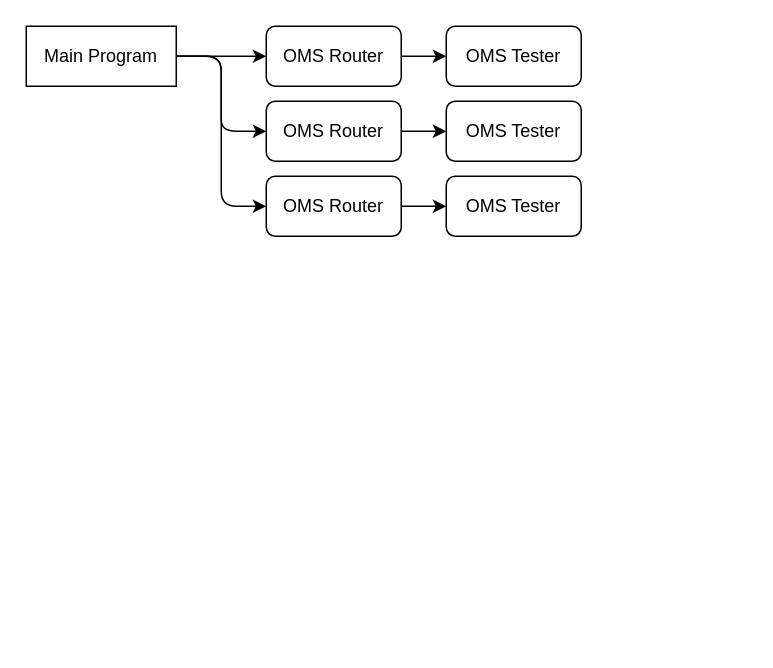
LowellObservatory/OMS-MAXNET keeps this draw.io diagram as OMS-LDT/oms-control.drawio. Above is the earlier version. Source tidied: cells renumbered, new cells numbered last; positions are measured from the earlier drawing's top-left corner, leaving out a move shared by most shapes. Both pictures are drawn from the tidied source at 150%, with x=0, y=0 at pixel (26, 26).
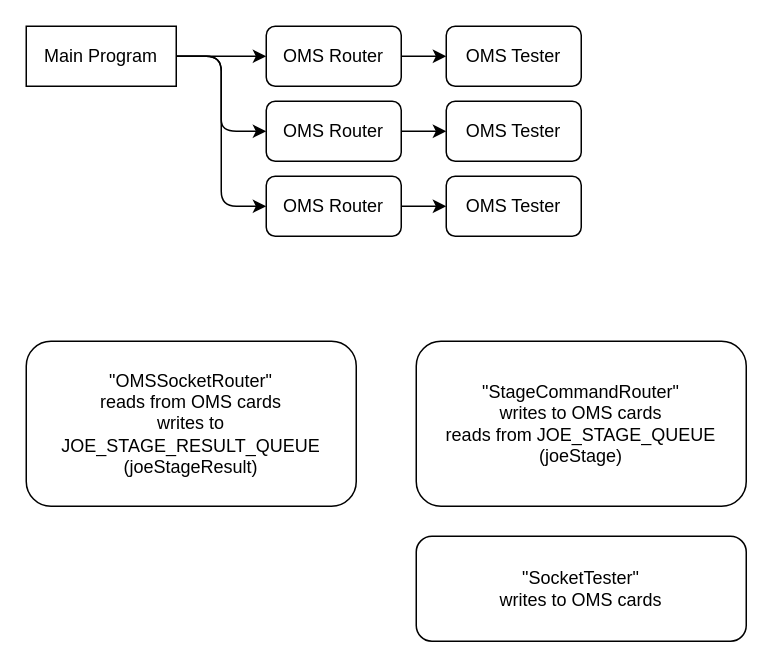
Above is the later version.

Diff of the diagram source:
```diff
@@
 <mxGraphModel>
   <root>
     <mxCell id="0" />
     <mxCell id="1" parent="0" />
     <mxCell id="2" style="edgeStyle=none;html=1;entryX=0;entryY=0.5;entryDx=0;entryDy=0;" parent="1" edge="1" source="5" target="7">
       <mxGeometry relative="1" as="geometry" />
     </mxCell>
     <mxCell id="3" style="edgeStyle=entityRelationEdgeStyle;html=1;entryX=0;entryY=0.5;entryDx=0;entryDy=0;" parent="1" edge="1" source="5" target="9">
       <mxGeometry relative="1" as="geometry" />
     </mxCell>
     <mxCell id="4" style="edgeStyle=entityRelationEdgeStyle;html=1;entryX=0;entryY=0.5;entryDx=0;entryDy=0;" parent="1" edge="1" source="5" target="11">
       <mxGeometry relative="1" as="geometry" />
     </mxCell>
     <mxCell id="5" value="Main Program" style="rounded=0;whiteSpace=wrap;html=1;" parent="1" vertex="1">
       <mxGeometry width="100" height="40" as="geometry" />
     </mxCell>
     <mxCell id="6" style="edgeStyle=entityRelationEdgeStyle;html=1;entryX=0;entryY=0.5;entryDx=0;entryDy=0;" parent="1" edge="1" source="7" target="12">
       <mxGeometry relative="1" as="geometry" />
     </mxCell>
     <mxCell id="7" value="OMS Router" style="rounded=1;whiteSpace=wrap;html=1;" parent="1" vertex="1">
       <mxGeometry x="160" width="90" height="40" as="geometry" />
     </mxCell>
     <mxCell id="8" style="edgeStyle=entityRelationEdgeStyle;html=1;entryX=0;entryY=0.5;entryDx=0;entryDy=0;" parent="1" edge="1" source="9" target="13">
       <mxGeometry relative="1" as="geometry" />
     </mxCell>
     <mxCell id="9" value="OMS Router" style="rounded=1;whiteSpace=wrap;html=1;" parent="1" vertex="1">
       <mxGeometry x="160" y="50" width="90" height="40" as="geometry" />
     </mxCell>
     <mxCell id="10" style="edgeStyle=entityRelationEdgeStyle;html=1;entryX=0;entryY=0.5;entryDx=0;entryDy=0;" parent="1" edge="1" source="11" target="14">
       <mxGeometry relative="1" as="geometry" />
     </mxCell>
     <mxCell id="11" value="OMS Router" style="rounded=1;whiteSpace=wrap;html=1;" parent="1" vertex="1">
       <mxGeometry x="160" y="100" width="90" height="40" as="geometry" />
     </mxCell>
     <mxCell id="12" value="OMS Tester" style="rounded=1;whiteSpace=wrap;html=1;" parent="1" vertex="1">
       <mxGeometry x="280" width="90" height="40" as="geometry" />
     </mxCell>
     <mxCell id="13" value="OMS Tester" style="rounded=1;whiteSpace=wrap;html=1;" parent="1" vertex="1">
       <mxGeometry x="280" y="50" width="90" height="40" as="geometry" />
     </mxCell>
     <mxCell id="14" value="OMS Tester" style="rounded=1;whiteSpace=wrap;html=1;" parent="1" vertex="1">
       <mxGeometry x="280" y="100" width="90" height="40" as="geometry" />
     </mxCell>
+    <mxCell id="15" value="&quot;OMSSocketRouter&quot;&lt;br&gt;reads from OMS cards&lt;br&gt;writes to JOE_STAGE_RESULT_QUEUE&lt;br&gt;(joeStageResult)" style="rounded=1;whiteSpace=wrap;html=1;" parent="1" vertex="1">
+      <mxGeometry y="210" width="220" height="110" as="geometry" />
+    </mxCell>
+    <mxCell id="16" value="&quot;StageCommandRouter&quot;&lt;br&gt;writes to OMS cards&lt;br&gt;reads from JOE_STAGE_QUEUE&lt;br&gt;(joeStage)" style="rounded=1;whiteSpace=wrap;html=1;" parent="1" vertex="1">
+      <mxGeometry x="260" y="210" width="220" height="110" as="geometry" />
+    </mxCell>
+    <mxCell id="17" value="&quot;SocketTester&quot;&lt;br&gt;writes to OMS cards&lt;br&gt;" style="rounded=1;whiteSpace=wrap;html=1;" parent="1" vertex="1">
+      <mxGeometry x="260" y="340" width="220" height="70" as="geometry" />
+    </mxCell>
   </root>
 </mxGraphModel>
```
